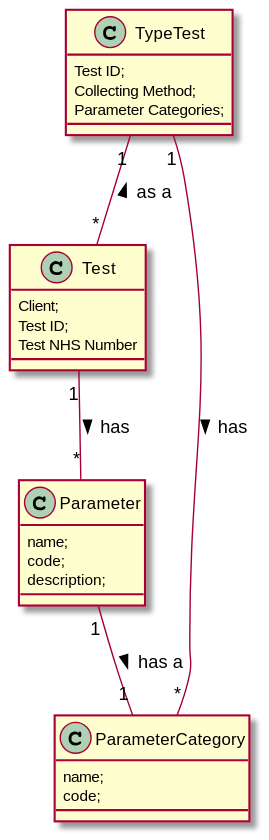
MarianaCLages/LAPR2 keeps this PlantUML diagram as docs/SprintC/US04/US4_MD.svg. Above is the earlier version.
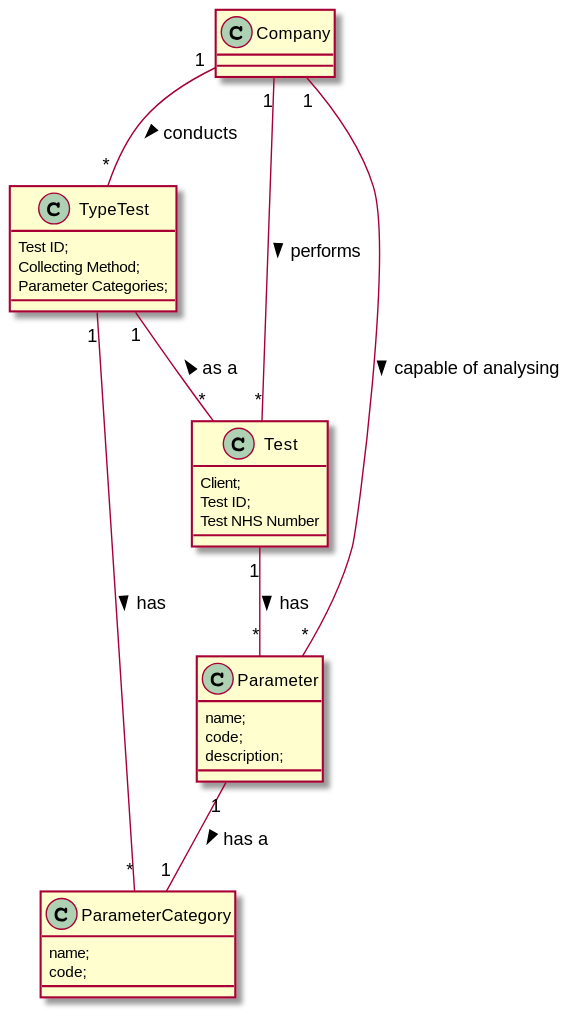
The same file after the commit.

The edit, as a diff of the source:
```diff
@@ -21,7 +21,9 @@
 code;
 }
 
-
+Company "1" -- "*" Parameter: capable of analysing >
+Company "1" -- "*" Test: performs >
+Company "1" -- "*" TypeTest: conducts >
 Parameter "1" -- "1" ParameterCategory : has a >
 Test "1" -- "*" Parameter : has >
 TypeTest "1" -- "*" Test : as a <
```
